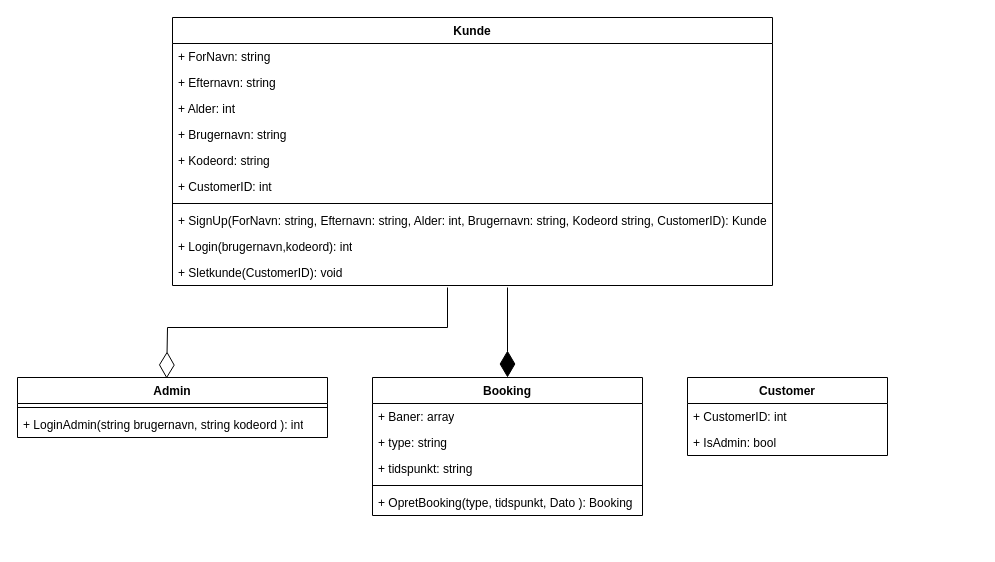
Above: uml frederik tirsdag aften.drawio in SuneVilsgaard/progb (draw.io), before the change. Source tidied: cells renumbered, new cells numbered last; positions are measured from the earlier drawing's top-left corner, leaving out a move shared by most shapes. Both pictures are drawn from the tidied source at 100%, with x=0, y=0 at pixel (17, 17).
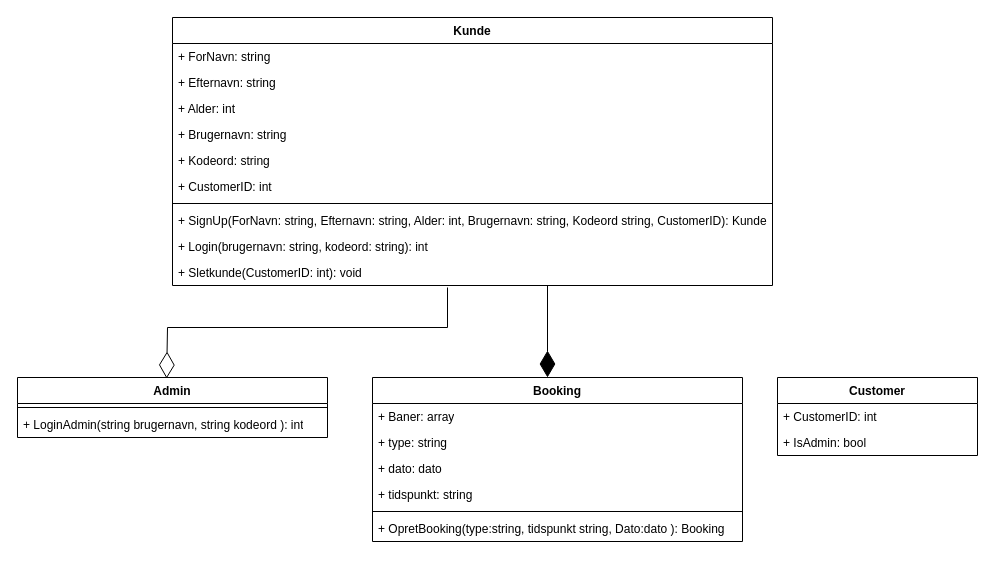
After the change.

The change refers to these unchanged cells:
```xml
<mxCell id="8" value="Kunde" style="swimlane;fontStyle=1;align=center;verticalAlign=top;horizontal=1;startSize=26;whiteSpace=wrap;html=1;" parent="1" vertex="1">
  <mxGeometry x="155" width="600" height="268" as="geometry" />
</mxCell>
```

What changed in the source:
```diff
@@
     <mxCell id="2" value="Booking" style="swimlane;fontStyle=1;align=center;verticalAlign=top;horizontal=1;startSize=26;whiteSpace=wrap;html=1;" parent="1" vertex="1">
-      <mxGeometry x="355" y="360" width="270" height="138" as="geometry" />
+      <mxGeometry x="355" y="360" width="370" height="164" as="geometry" />
     </mxCell>
     <mxCell id="3" value="+ Baner: array" style="text;strokeColor=none;fillColor=none;align=left;verticalAlign=top;spacingLeft=4;spacingRight=4;overflow=hidden;whiteSpace=wrap;html=1;" parent="2" vertex="1">
-      <mxGeometry y="26" width="270" height="26" as="geometry" />
+      <mxGeometry y="26" width="370" height="26" as="geometry" />
     </mxCell>
     <mxCell id="4" value="+ type: string" style="text;strokeColor=none;fillColor=none;align=left;verticalAlign=top;spacingLeft=4;spacingRight=4;overflow=hidden;whiteSpace=wrap;html=1;" parent="2" vertex="1">
-      <mxGeometry y="52" width="270" height="26" as="geometry" />
+      <mxGeometry y="52" width="370" height="26" as="geometry" />
     </mxCell>
+    <mxCell id="27" value="+ dato: dato" style="text;strokeColor=none;fillColor=none;align=left;verticalAlign=top;spacingLeft=4;spacingRight=4;overflow=hidden;whiteSpace=wrap;html=1;" parent="2" vertex="1">
+      <mxGeometry y="78" width="370" height="26" as="geometry" />
+    </mxCell>
     <mxCell id="5" value="+ tidspunkt: string" style="text;strokeColor=none;fillColor=none;align=left;verticalAlign=top;spacingLeft=4;spacingRight=4;overflow=hidden;whiteSpace=wrap;html=1;" parent="2" vertex="1">
-      <mxGeometry y="78" width="270" height="26" as="geometry" />
+      <mxGeometry y="104" width="370" height="26" as="geometry" />
     </mxCell>
     <mxCell id="6" style="line;strokeWidth=1;fillColor=none;align=left;verticalAlign=middle;spacingTop=-1;spacingLeft=3;spacingRight=3;labelPosition=right;strokeColor=inherit;" parent="2" vertex="1">
-      <mxGeometry y="104" width="270" height="8" as="geometry" />
+      <mxGeometry y="130" width="370" height="8" as="geometry" />
     </mxCell>
-    <mxCell id="7" value="+ OpretBooking(type, tidspunkt, Dato ): Booking" style="text;strokeColor=none;fillColor=none;align=left;verticalAlign=top;spacingLeft=4;spacingRight=4;overflow=hidden;whiteSpace=wrap;html=1;" parent="2" vertex="1">
-      <mxGeometry y="112" width="270" height="26" as="geometry" />
+    <mxCell id="7" value="+ OpretBooking(type:string, tidspunkt string, Dato:dato ): Booking" style="text;strokeColor=none;fillColor=none;align=left;verticalAlign=top;spacingLeft=4;spacingRight=4;overflow=hidden;whiteSpace=wrap;html=1;" parent="2" vertex="1">
+      <mxGeometry y="138" width="370" height="26" as="geometry" />
     </mxCell>
@@
-    <mxCell id="17" value="+ Login(brugernavn,kodeord): int" style="text;strokeColor=none;fillColor=none;align=left;verticalAlign=top;spacingLeft=4;spacingRight=4;overflow=hidden;whiteSpace=wrap;html=1;" parent="8" vertex="1">
+    <mxCell id="17" value="+ Login(brugernavn: string, kodeord: string): int" style="text;strokeColor=none;fillColor=none;align=left;verticalAlign=top;spacingLeft=4;spacingRight=4;overflow=hidden;whiteSpace=wrap;html=1;" parent="8" vertex="1">
       <mxGeometry y="216" width="600" height="26" as="geometry" />
     </mxCell>
-    <mxCell id="18" value="+ Sletkunde(CustomerID): void" style="text;strokeColor=none;fillColor=none;align=left;verticalAlign=top;spacingLeft=4;spacingRight=4;overflow=hidden;points=[[0,0.5],[1,0.5]];portConstraint=eastwest;whiteSpace=wrap;html=1;" parent="8" vertex="1">
+    <mxCell id="18" value="+ Sletkunde(CustomerID: int): void" style="text;strokeColor=none;fillColor=none;align=left;verticalAlign=top;spacingLeft=4;spacingRight=4;overflow=hidden;points=[[0,0.5],[1,0.5]];portConstraint=eastwest;whiteSpace=wrap;html=1;" parent="8" vertex="1">
       <mxGeometry y="242" width="600" height="26" as="geometry" />
     </mxCell>
-    <mxCell id="19" style="endArrow=diamondThin;endFill=1;endSize=24;html=1;rounded=0;entryX=0.5;entryY=0;entryDx=0;entryDy=0;" parent="1" edge="1" target="2">
+    <mxCell id="19" style="endArrow=diamondThin;endFill=1;endSize=24;html=1;rounded=0;entryX=0.5;entryY=0;entryDx=0;entryDy=0;exitX=0.625;exitY=1.008;exitDx=0;exitDy=0;exitPerimeter=0;" parent="1" edge="1" source="18">
       <mxGeometry relative="1" as="geometry">
-        <mxPoint x="490" y="270" as="sourcePoint" />
+        <mxPoint x="530" y="360" as="targetPoint" />
       </mxGeometry>
     </mxCell>
@@
     <mxCell id="23" value="Customer" style="swimlane;fontStyle=1;align=center;verticalAlign=top;horizontal=1;startSize=26;whiteSpace=wrap;html=1;" parent="1" vertex="1">
-      <mxGeometry x="670" y="360" width="200" height="78" as="geometry" />
+      <mxGeometry x="760" y="360" width="200" height="78" as="geometry" />
     </mxCell>
```
